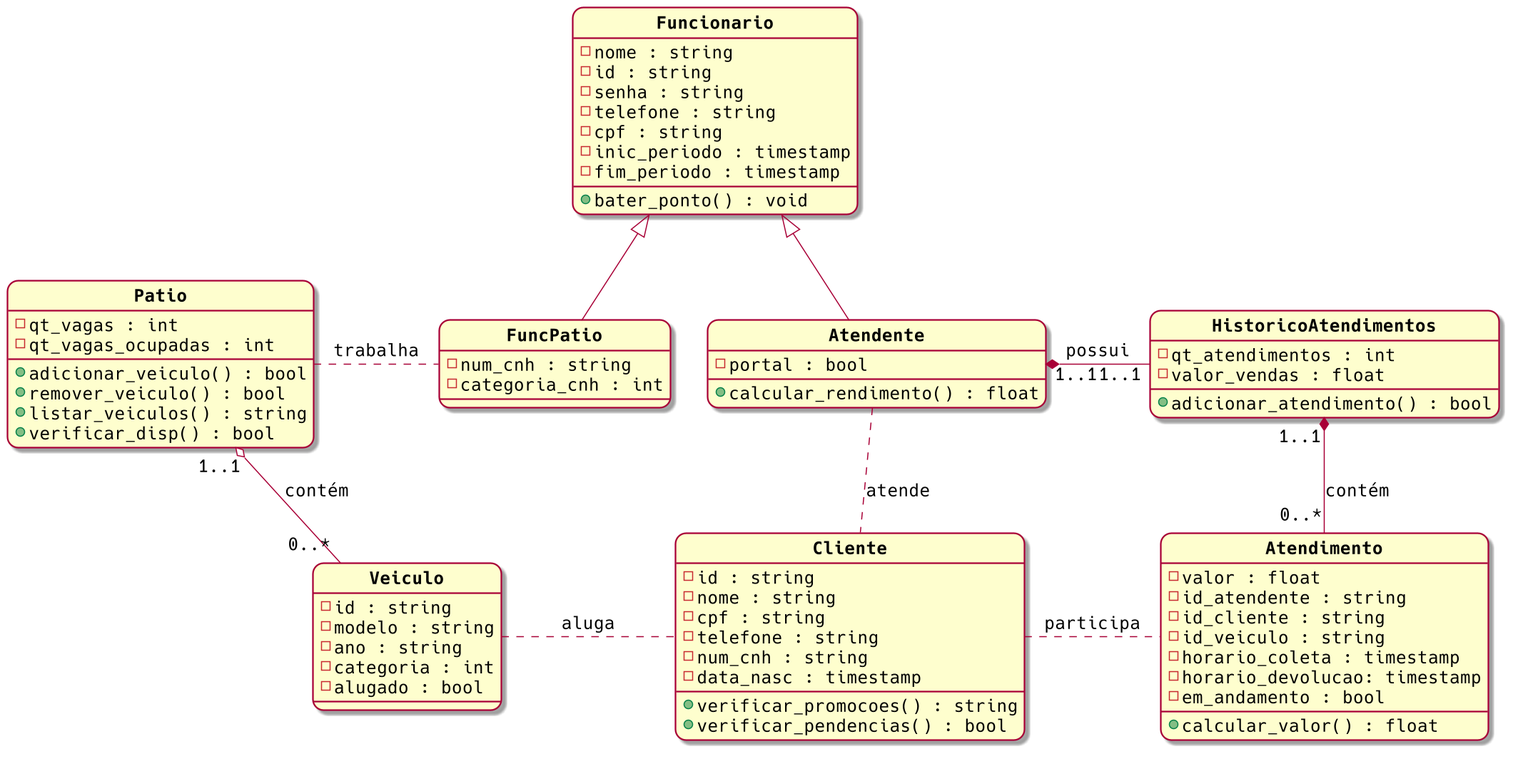
This is images/class_diagram.png from sociedade-do-pastel/vl, a PlantUML export, as it was before one commit.
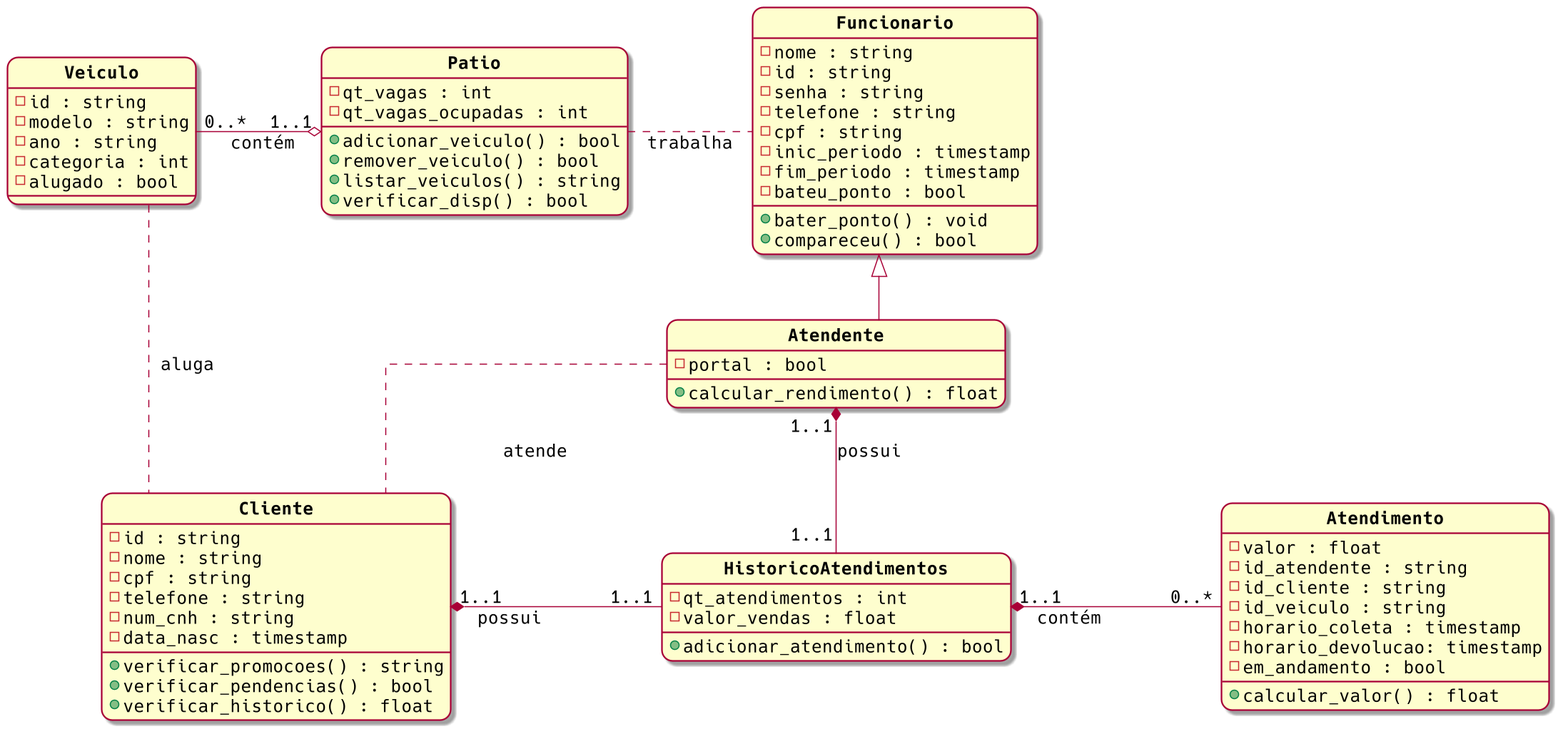
Later version of the same file.

What changed in the source:
```diff
@@ -4,6 +4,7 @@
 skinparam classAttributeIconSize 12
 skinparam defaultFontSize 16
 skinparam defaultFontName Hack
+skinparam linetype ortho
 hide circle
 
 class "**Cliente**" as Cliente
@@ -11,7 +12,6 @@
 class "**Patio**" as Patio
 class "**Funcionario**" as Funcionario
 class "**Atendente**" as Atendente
-class "**FuncPatio**" as FuncPatio
 class "**HistoricoAtendimentos**" as HistoricoAtendimentos
 class "**Atendimento**" as Atendimento
 
@@ -24,6 +24,7 @@
       -data_nasc : timestamp
       +verificar_promocoes() : string
       +verificar_pendencias() : bool
+        +verificar_historico() : float
 }
 class Veiculo {
       -id : string
@@ -48,15 +49,13 @@
       -cpf : string
       -inic_periodo : timestamp
       -fim_periodo : timestamp
+        -bateu_ponto : bool
       +bater_ponto() : void
+      +compareceu() : bool
 }
 class Atendente {
       -portal : bool
       +calcular_rendimento() : float
-}
-class FuncPatio {
-      -num_cnh : string
-      -categoria_cnh : int
 }
 class HistoricoAtendimentos {
       -qt_atendimentos : int
@@ -74,13 +73,12 @@
       +calcular_valor() : float
 }
 
-Patio "1..1" o-down- "0..*" Veiculo : contém
-Patio .right. FuncPatio : trabalha
+Patio "1..1" o-left- "0..*" Veiculo : contém\t
+Patio .right. Funcionario : trabalha
 Funcionario <|-- Atendente
-Funcionario <|-- FuncPatio
 Atendente .. Cliente : atende
-Cliente .right. Atendimento : participa
-Veiculo .right. Cliente : aluga
+Veiculo .down. Cliente : aluga
 Atendente "1..1" *-right- "1..1" HistoricoAtendimentos : possui
-HistoricoAtendimentos "1..1" *-down- "0..*" Atendimento : contém
+Cliente "1..1" *-right- "1..1" HistoricoAtendimentos : possui\t\t
+HistoricoAtendimentos "1..1" *-right- "0..*" Atendimento : contém\t\t
 @enduml
```
